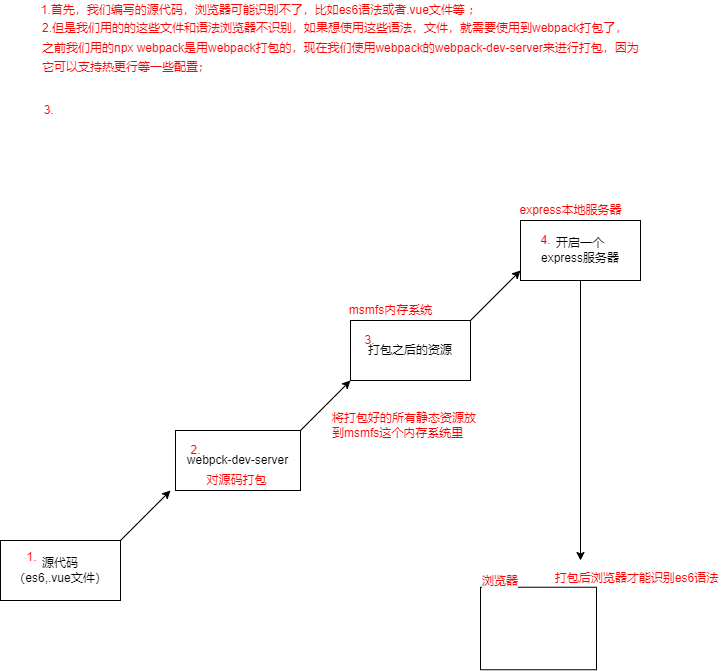
The draw.io diagram 前端学习思维导图/devServer打包流程.drawio.png in PrivateCodeWorld/learning-notes, before a commit. Source tidied: cells renumbered, new cells last; positions are measured from the earlier drawing's top-left corner, leaving out a move shared by most shapes.
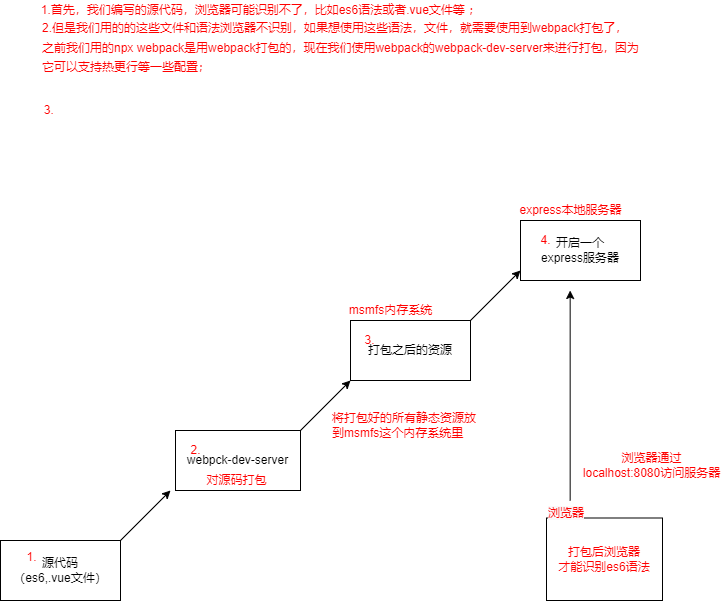
Above is the later version.

Commit message:
更新devServer打包流程.drawio.png

Diff of the diagram source:
```diff
@@ -59,11 +59,6 @@
         <mxPoint x="520" y="270" as="targetPoint" />
       </mxGeometry>
     </mxCell>
-    <mxCell id="18" style="edgeStyle=orthogonalEdgeStyle;rounded=0;jettySize=auto;html=1;fontSize=12;fontColor=#FF0000;" parent="1" edge="1" source="19">
-      <mxGeometry relative="1" as="geometry">
-        <mxPoint x="580" y="560" as="targetPoint" />
-      </mxGeometry>
-    </mxCell>
     <mxCell id="19" value="&lt;font color=&quot;#000000&quot;&gt;开启一个&lt;br&gt;express服务器&lt;/font&gt;" style="whiteSpace=wrap;html=1;fontSize=12;fontColor=#FF0000;" parent="1" vertex="1">
       <mxGeometry x="520" y="220" width="120" height="60" as="geometry" />
     </mxCell>
@@ -73,17 +68,20 @@
     <mxCell id="21" value="express本地服务器" style="text;html=1;align=center;verticalAlign=middle;strokeColor=none;fillColor=none;fontSize=12;fontColor=#FF0000;" parent="1" vertex="1">
       <mxGeometry x="510" y="200" width="120" height="20" as="geometry" />
     </mxCell>
-    <mxCell id="22" style="group;" parent="1" vertex="1">
-      <mxGeometry x="480" y="567" width="246" height="102.2" as="geometry" />
-    </mxCell>
-    <mxCell id="23" value="&lt;font color=&quot;#ff0000&quot;&gt;打包后浏览器才能识别es6语法&lt;/font&gt;" style="text;html=1;align=center;verticalAlign=middle;strokeColor=none;fillColor=none;fontSize=12;fontColor=#000000;" parent="22" vertex="1">
-      <mxGeometry x="66" y="1.2" width="180" height="20" as="geometry" />
-    </mxCell>
-    <mxCell id="24" style="whiteSpace=wrap;html=1;fontSize=12;fontColor=#FF0000;" parent="22" vertex="1">
-      <mxGeometry y="19.8" width="116" height="82.5" as="geometry" />
+    <mxCell id="24" value="打包后浏览器&lt;br&gt;才能识别es6语法" style="whiteSpace=wrap;html=1;fontSize=12;fontColor=#FF0000;" parent="1" vertex="1">
+      <mxGeometry x="546" y="517.5" width="116" height="82.5" as="geometry" />
     </mxCell>
-    <mxCell id="25" value="&lt;span style=&quot;font-family: &amp;#34;helvetica&amp;#34; ; font-size: 12px ; font-style: normal ; font-weight: 400 ; letter-spacing: normal ; text-align: center ; text-indent: 0px ; text-transform: none ; word-spacing: 0px ; background-color: rgb(248 , 249 , 250) ; display: inline ; float: none&quot;&gt;浏览器&lt;/span&gt;" style="text;whiteSpace=wrap;html=1;fontSize=12;fontColor=#FF0000;" parent="22" vertex="1">
-      <mxGeometry width="60" height="41.2" as="geometry" />
+    <mxCell id="25" value="&lt;span style=&quot;font-family: &amp;#34;helvetica&amp;#34; ; font-size: 12px ; font-style: normal ; font-weight: 400 ; letter-spacing: normal ; text-align: center ; text-indent: 0px ; text-transform: none ; word-spacing: 0px ; background-color: rgb(248 , 249 , 250) ; display: inline ; float: none&quot;&gt;浏览器&lt;/span&gt;" style="text;whiteSpace=wrap;html=1;fontSize=12;fontColor=#FF0000;" parent="1" vertex="1">
+      <mxGeometry x="546" y="498.8" width="60" height="41.2" as="geometry" />
     </mxCell>
+    <mxCell id="26" value="浏览器通过&lt;br&gt;localhost:8080访问服务器" style="text;html=1;align=center;verticalAlign=middle;strokeColor=none;fillColor=none;fontSize=12;fontColor=#FF0000;" parent="1" vertex="1">
+      <mxGeometry x="576" y="450" width="150" height="30" as="geometry" />
+    </mxCell>
+    <mxCell id="27" style="edgeStyle=orthogonalEdgeStyle;rounded=0;orthogonalLoop=1;jettySize=auto;html=1;fontSize=12;fontColor=#FF0000;" parent="1" edge="1">
+      <mxGeometry relative="1" as="geometry">
+        <mxPoint x="569.7" y="500" as="sourcePoint" />
+        <mxPoint x="569.7" y="290" as="targetPoint" />
+      </mxGeometry>
+    </mxCell>
   </root>
 </mxGraphModel>
```
